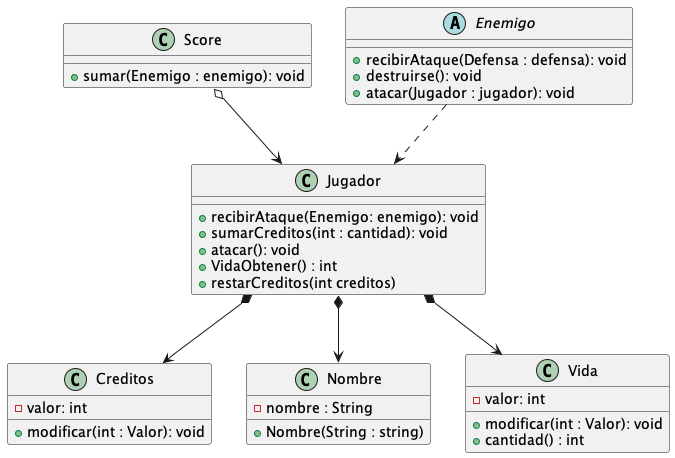
franzimbi/algo3_tp2 keeps this PlantUML diagram as diagrams/classes/Jugador_class_diagram.png. Above is the earlier version.
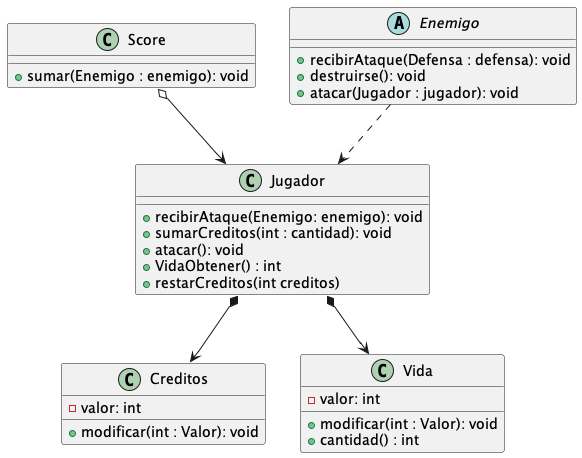
After the change.

Commit message:
actualizacion uml

What changed in the source:
```diff
@@ -11,11 +11,6 @@
 class Creditos {
     -valor: int
     +modificar(int : Valor): void
-}
-
-class Nombre {
-    -nombre : String
-    +Nombre(String : string)
 }
 
 class Vida {
@@ -36,7 +31,6 @@
 
 Enemigo ..> Jugador
 Jugador  *--> Creditos
-Jugador  *-->  Nombre
 Jugador  *--> Vida
 Score  o-->  Jugador
 
```
